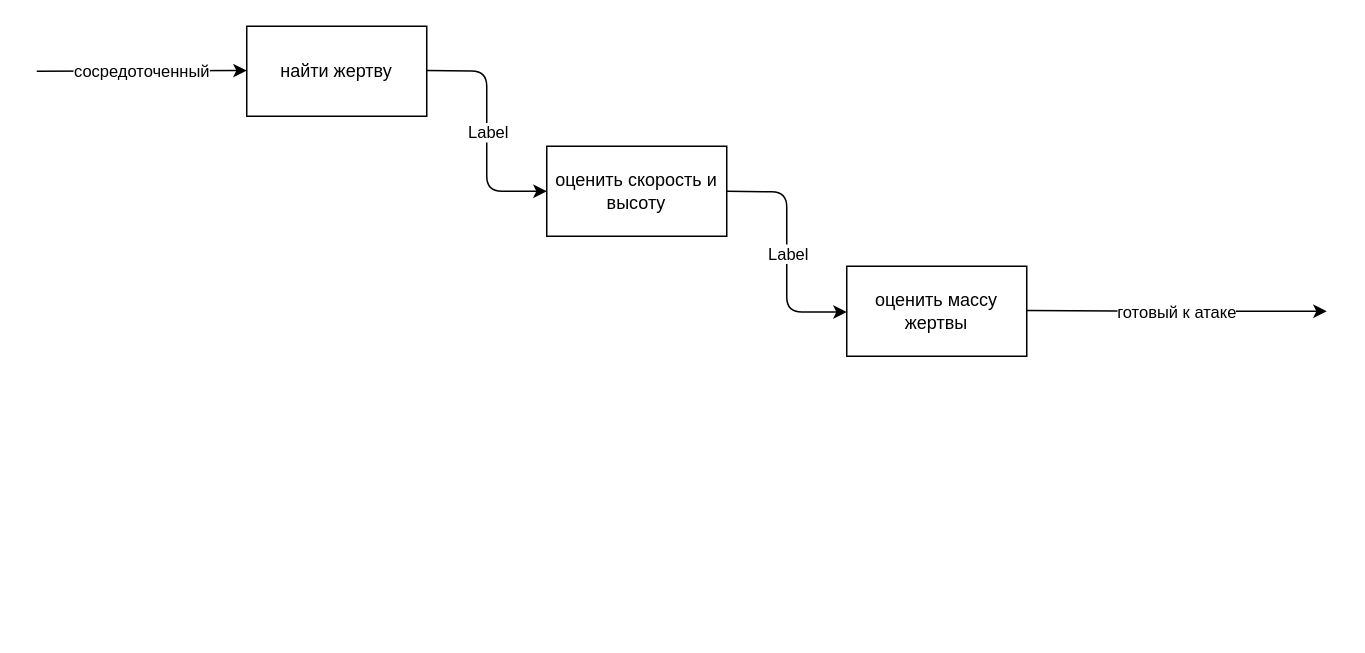
The draw.io diagram Untitled Diagram.drawio in Igorchuvaev/bp, before the edit. Source tidied: cells renumbered, new cells numbered last; positions are measured from the earlier drawing's top-left corner, leaving out a move shared by most shapes. Both pictures are drawn from the tidied source at 150%, with x=0, y=0 at pixel (36, 26).
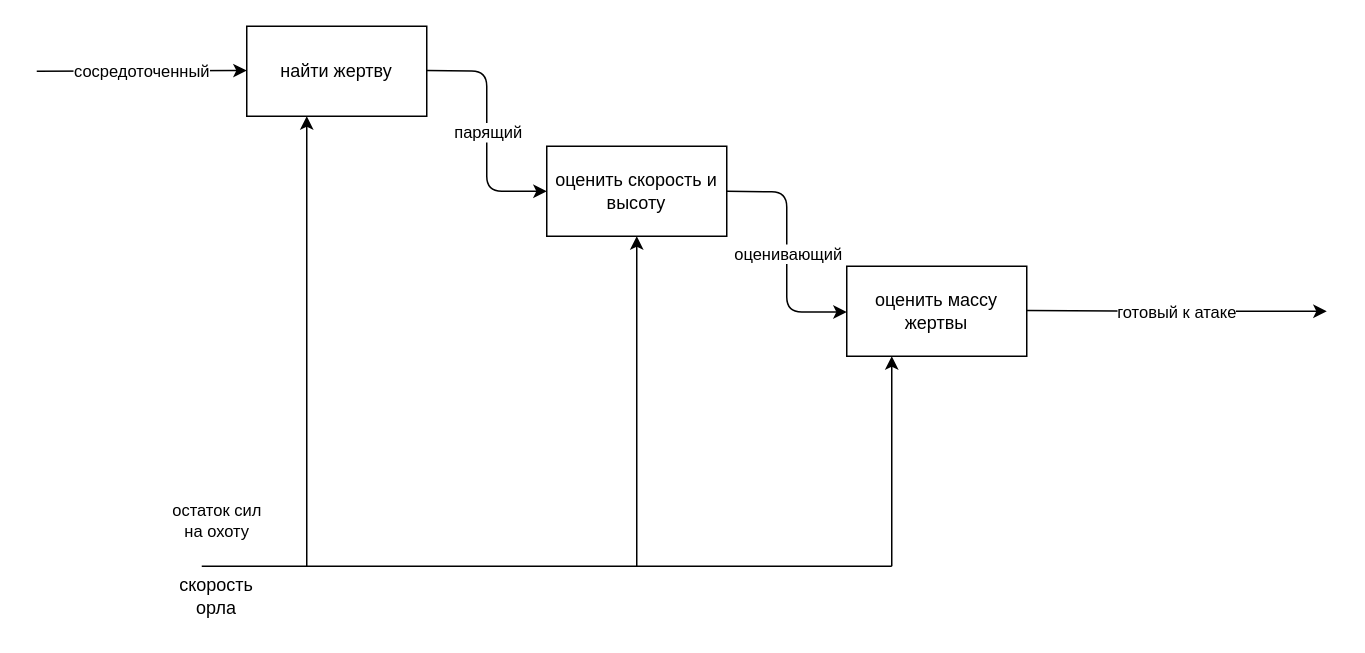
Above is the later version.

Unchanged cells that the change refers to:
```xml
<mxCell id="9" style="endArrow=classic;html=1;entryX=0;entryY=0.5;entryDx=0;entryDy=0;" parent="1" edge="1" target="3">
  <mxGeometry relative="1" as="geometry">
    <mxPoint x="260" y="29.5" as="sourcePoint" />
    <Array as="points">
      <mxPoint x="300" y="30" />
      <mxPoint x="300" y="110" />
    </Array>
  </mxGeometry>
</mxCell>
<mxCell id="11" style="endArrow=classic;html=1;entryX=0;entryY=0.5;entryDx=0;entryDy=0;" parent="1" edge="1">
  <mxGeometry relative="1" as="geometry">
    <mxPoint x="460" y="110" as="sourcePoint" />
    <mxPoint x="540" y="190.5" as="targetPoint" />
    <Array as="points">
      <mxPoint x="500" y="110.5" />
      <mxPoint x="500" y="190.5" />
    </Array>
  </mxGeometry>
</mxCell>
```

Change to the diagram source:
```diff
@@
-    <mxCell id="10" value="Label" style="edgeLabel;html=1;align=center;verticalAlign=middle;" parent="9" vertex="1">
+    <mxCell id="10" value="парящий" style="edgeLabel;html=1;align=center;verticalAlign=middle;" parent="9" vertex="1">
       <mxGeometry relative="1" as="geometry">
         <mxPoint y="1" as="offset" />
       </mxGeometry>
     </mxCell>
@@
-    <mxCell id="12" value="Label" style="edgeLabel;html=1;align=center;verticalAlign=middle;" parent="11" vertex="1">
+    <mxCell id="12" value="оценивающий" style="edgeLabel;html=1;align=center;verticalAlign=middle;" parent="11" vertex="1">
       <mxGeometry relative="1" as="geometry">
         <mxPoint y="1" as="offset" />
       </mxGeometry>
     </mxCell>
+    <mxCell id="13" value="остаток сил &lt;br&gt;на охоту" style="endArrow=classic;html=1;" parent="1" edge="1">
+      <mxGeometry x="-0.8" y="60" relative="1" as="geometry">
+        <mxPoint x="180" y="360" as="sourcePoint" />
+        <mxPoint x="180" y="60" as="targetPoint" />
+      </mxGeometry>
+    </mxCell>
+    <mxCell id="14" style="endArrow=none;html=1;" parent="1" edge="1">
+      <mxGeometry relative="1" as="geometry">
+        <mxPoint x="110" y="360" as="sourcePoint" />
+        <mxPoint x="570" y="360" as="targetPoint" />
+      </mxGeometry>
+    </mxCell>
+    <mxCell id="15" style="endArrow=classic;html=1;" parent="1" edge="1">
+      <mxGeometry relative="1" as="geometry">
+        <mxPoint x="400" y="360" as="sourcePoint" />
+        <mxPoint x="400" y="140" as="targetPoint" />
+      </mxGeometry>
+    </mxCell>
+    <mxCell id="16" style="endArrow=classic;html=1;" parent="1" edge="1">
+      <mxGeometry relative="1" as="geometry">
+        <mxPoint x="570" y="360" as="sourcePoint" />
+        <mxPoint x="570" y="220" as="targetPoint" />
+      </mxGeometry>
+    </mxCell>
+    <mxCell id="17" value="скорость орла" style="text;html=1;strokeColor=none;fillColor=none;align=center;verticalAlign=middle;whiteSpace=wrap;rounded=0;" parent="1" vertex="1">
+      <mxGeometry x="90" y="360" width="60" height="40" as="geometry" />
+    </mxCell>
```
